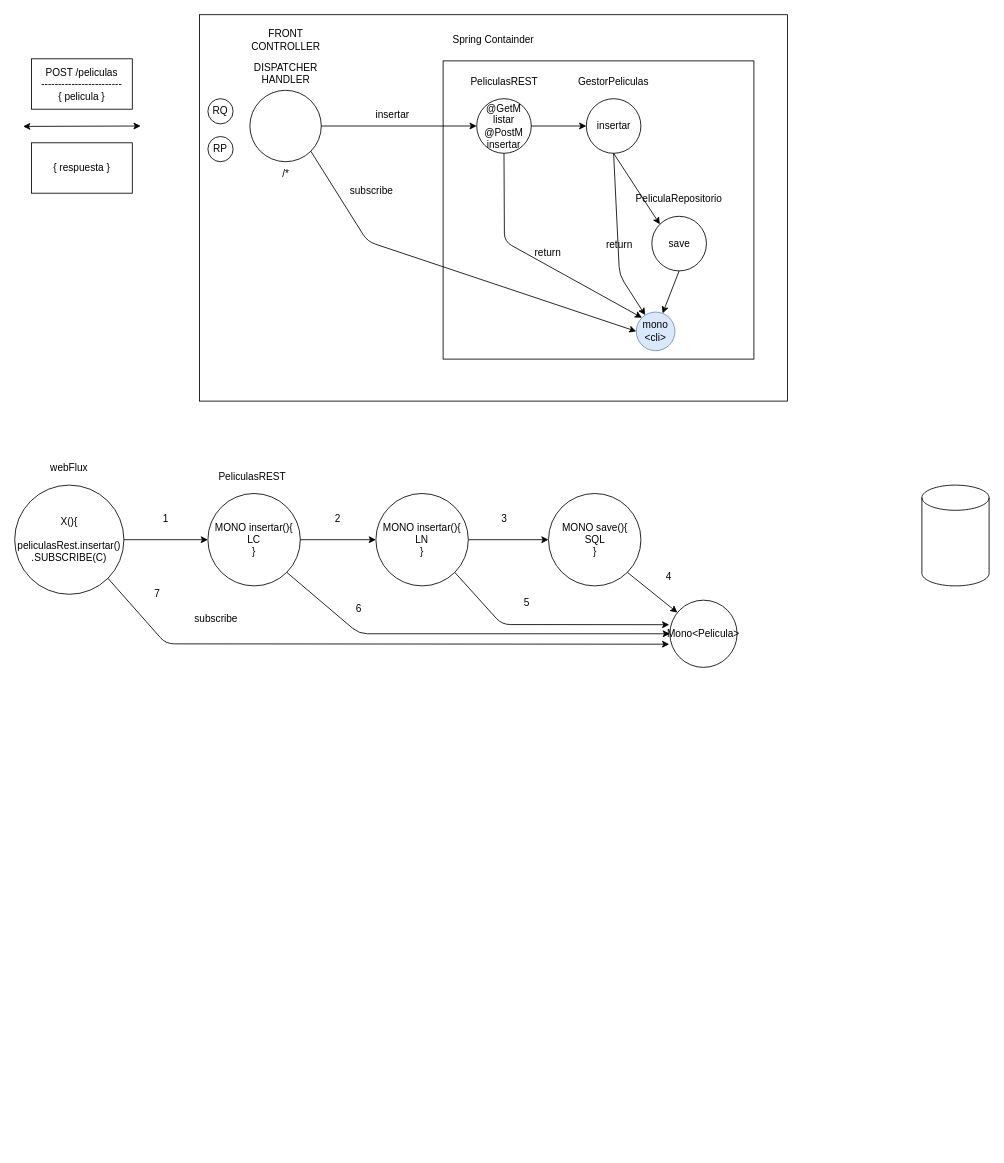
This is page "Página-8" (7 of 7) of diagramas.drawio from ravaga/Java_17, a draw.io file, before an edit. Source tidied: cells renumbered, new cells numbered last; positions are measured from the earlier drawing's top-left corner, leaving out a move shared by most shapes. Both pictures are drawn from the tidied source at 84%, with x=0, y=0 at pixel (14, 14).
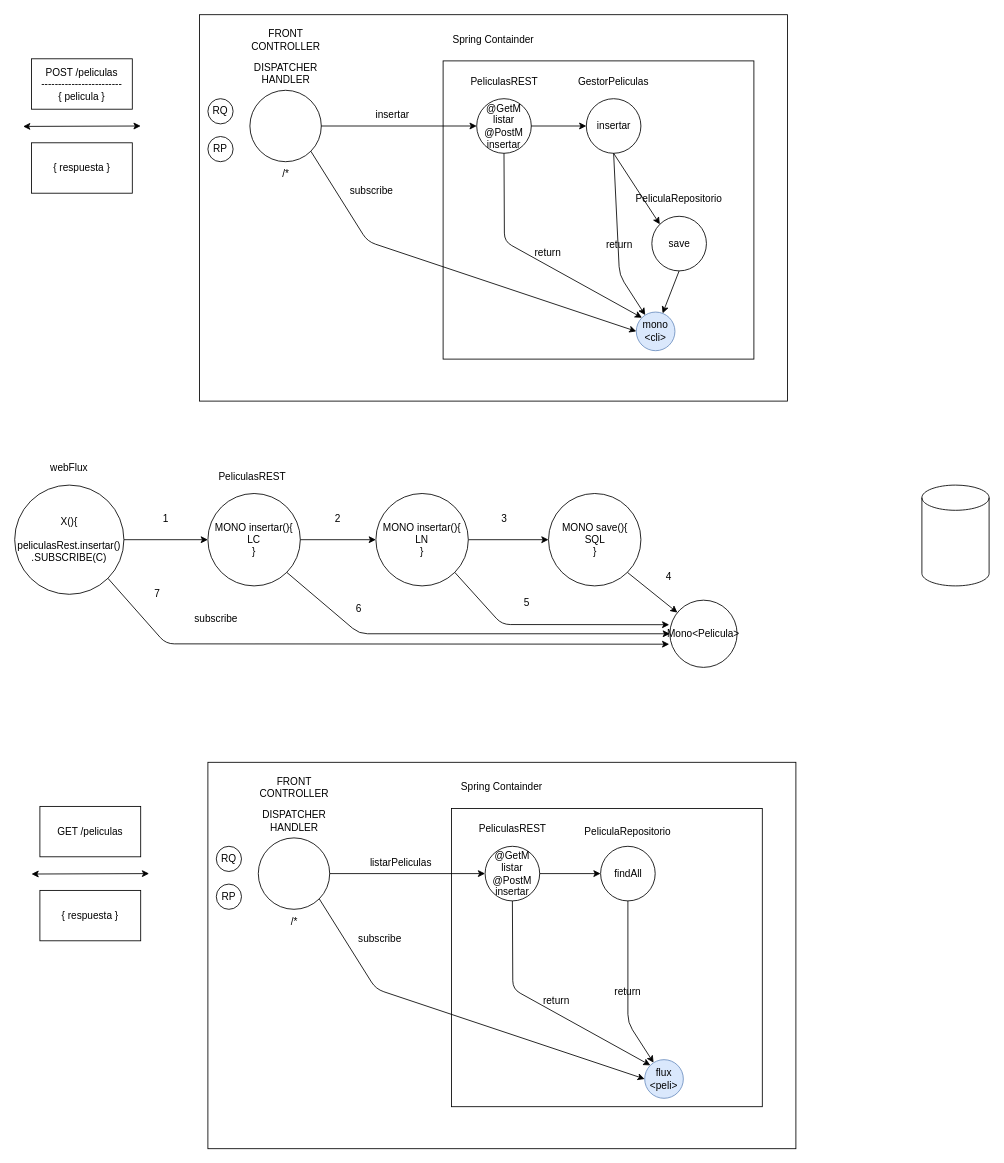
After the change.

Diff of the diagram source:
```diff
@@
+    <mxCell id="55" style="rounded=0;whiteSpace=wrap;html=1;fillColor=none;" parent="1" vertex="1">
+      <mxGeometry x="230" y="890" width="700" height="460" as="geometry" />
+    </mxCell>
+    <mxCell id="56" style="edgeStyle=orthogonalEdgeStyle;rounded=0;jettySize=auto;html=1;" parent="1" edge="1" source="57" target="61">
+      <mxGeometry relative="1" as="geometry" />
+    </mxCell>
+    <mxCell id="57" style="ellipse;whiteSpace=wrap;html=1;fillColor=none;" parent="1" vertex="1">
+      <mxGeometry x="290" y="980" width="85" height="85" as="geometry" />
+    </mxCell>
+    <mxCell id="58" style="rounded=0;whiteSpace=wrap;html=1;fillColor=none;" parent="1" vertex="1">
+      <mxGeometry x="520" y="945" width="370" height="355" as="geometry" />
+    </mxCell>
+    <mxCell id="59" value="Spring Containder" style="text;html=1;strokeColor=none;fillColor=none;align=center;verticalAlign=middle;whiteSpace=wrap;rounded=0;" parent="1" vertex="1">
+      <mxGeometry x="505" y="910" width="150" height="20" as="geometry" />
+    </mxCell>
+    <mxCell id="60" style="edgeStyle=orthogonalEdgeStyle;rounded=0;jettySize=auto;html=1;entryX=0;entryY=0.5;entryDx=0;entryDy=0;" parent="1" edge="1" source="61" target="63">
+      <mxGeometry relative="1" as="geometry" />
+    </mxCell>
+    <mxCell id="61" value="@GetM&lt;br&gt;listar&lt;br&gt;@PostM&lt;br&gt;insertar" style="ellipse;whiteSpace=wrap;html=1;fillColor=none;" parent="1" vertex="1">
+      <mxGeometry x="560" y="990" width="65" height="65" as="geometry" />
+    </mxCell>
+    <mxCell id="62" value="PeliculasREST" style="text;html=1;strokeColor=none;fillColor=none;align=center;verticalAlign=middle;whiteSpace=wrap;rounded=0;" parent="1" vertex="1">
+      <mxGeometry x="573" y="960" width="40" height="20" as="geometry" />
+    </mxCell>
+    <mxCell id="63" value="findAll" style="ellipse;whiteSpace=wrap;html=1;fillColor=none;" parent="1" vertex="1">
+      <mxGeometry x="697.5" y="990" width="65" height="65" as="geometry" />
+    </mxCell>
+    <mxCell id="64" value="PeliculaRepositorio" style="text;html=1;strokeColor=none;fillColor=none;align=center;verticalAlign=middle;whiteSpace=wrap;rounded=0;" parent="1" vertex="1">
+      <mxGeometry x="710" y="962.5" width="40" height="20" as="geometry" />
+    </mxCell>
+    <mxCell id="65" value="FRONT&lt;br&gt;CONTROLLER" style="text;html=1;strokeColor=none;fillColor=none;align=center;verticalAlign=middle;whiteSpace=wrap;rounded=0;" parent="1" vertex="1">
+      <mxGeometry x="312.5" y="910" width="40" height="20" as="geometry" />
+    </mxCell>
+    <mxCell id="66" value="/*" style="text;html=1;strokeColor=none;fillColor=none;align=center;verticalAlign=middle;whiteSpace=wrap;rounded=0;" parent="1" vertex="1">
+      <mxGeometry x="313" y="1070" width="40" height="20" as="geometry" />
+    </mxCell>
+    <mxCell id="67" style="endArrow=classic;startArrow=classic;html=1;" parent="1" edge="1">
+      <mxGeometry relative="1" as="geometry">
+        <mxPoint x="20" y="1023" as="sourcePoint" />
+        <mxPoint x="160" y="1022.5" as="targetPoint" />
+      </mxGeometry>
+    </mxCell>
+    <mxCell id="68" value="GET /peliculas&lt;br&gt;" style="rounded=0;whiteSpace=wrap;html=1;fillColor=none;" parent="1" vertex="1">
+      <mxGeometry x="30" y="942.5" width="120" height="60" as="geometry" />
+    </mxCell>
+    <mxCell id="69" value="listarPeliculas" style="text;html=1;strokeColor=none;fillColor=none;align=center;verticalAlign=middle;whiteSpace=wrap;rounded=0;" parent="1" vertex="1">
+      <mxGeometry x="440" y="1000" width="40" height="20" as="geometry" />
+    </mxCell>
+    <mxCell id="70" value="flux&lt;br&gt;&amp;lt;peli&amp;gt;" style="ellipse;whiteSpace=wrap;html=1;fillColor=#dae8fc;strokeColor=#6c8ebf;" parent="1" vertex="1">
+      <mxGeometry x="750" y="1244" width="46" height="46" as="geometry" />
+    </mxCell>
+    <mxCell id="71" style="endArrow=classic;html=1;exitX=0.5;exitY=1;exitDx=0;exitDy=0;" parent="1" edge="1" source="63" target="70">
+      <mxGeometry relative="1" as="geometry">
+        <Array as="points">
+          <mxPoint x="730" y="1200" />
+        </Array>
+      </mxGeometry>
+    </mxCell>
+    <mxCell id="72" value="return" style="text;html=1;strokeColor=none;fillColor=none;align=center;verticalAlign=middle;whiteSpace=wrap;rounded=0;" parent="1" vertex="1">
+      <mxGeometry x="710" y="1154" width="40" height="20" as="geometry" />
+    </mxCell>
+    <mxCell id="73" style="endArrow=classic;html=1;exitX=0.5;exitY=1;exitDx=0;exitDy=0;entryX=0;entryY=0;entryDx=0;entryDy=0;" parent="1" edge="1" source="61" target="70">
+      <mxGeometry relative="1" as="geometry">
+        <Array as="points">
+          <mxPoint x="593" y="1160" />
+        </Array>
+      </mxGeometry>
+    </mxCell>
+    <mxCell id="74" value="return" style="text;html=1;strokeColor=none;fillColor=none;align=center;verticalAlign=middle;whiteSpace=wrap;rounded=0;" parent="1" vertex="1">
+      <mxGeometry x="625" y="1164" width="40" height="20" as="geometry" />
+    </mxCell>
+    <mxCell id="75" style="endArrow=classic;html=1;exitX=1;exitY=1;exitDx=0;exitDy=0;entryX=0;entryY=0.5;entryDx=0;entryDy=0;" parent="1" edge="1" source="57" target="70">
+      <mxGeometry relative="1" as="geometry">
+        <Array as="points">
+          <mxPoint x="430" y="1160" />
+        </Array>
+      </mxGeometry>
+    </mxCell>
+    <mxCell id="76" value="subscribe" style="text;html=1;strokeColor=none;fillColor=none;align=center;verticalAlign=middle;whiteSpace=wrap;rounded=0;" parent="1" vertex="1">
+      <mxGeometry x="415" y="1090" width="40" height="20" as="geometry" />
+    </mxCell>
+    <mxCell id="77" value="{ respuesta }" style="rounded=0;whiteSpace=wrap;html=1;fillColor=none;" parent="1" vertex="1">
+      <mxGeometry x="30" y="1042.5" width="120" height="60" as="geometry" />
+    </mxCell>
+    <mxCell id="78" value="RQ" style="ellipse;whiteSpace=wrap;html=1;" parent="1" vertex="1">
+      <mxGeometry x="240" y="990" width="30" height="30" as="geometry" />
+    </mxCell>
+    <mxCell id="79" value="RP" style="ellipse;whiteSpace=wrap;html=1;" parent="1" vertex="1">
+      <mxGeometry x="240" y="1035" width="30" height="30" as="geometry" />
+    </mxCell>
+    <mxCell id="80" value="DISPATCHER HANDLER&lt;br&gt;" style="text;html=1;strokeColor=none;fillColor=none;align=center;verticalAlign=middle;whiteSpace=wrap;rounded=0;" parent="1" vertex="1">
+      <mxGeometry x="313" y="950" width="40" height="20" as="geometry" />
+    </mxCell>
```
